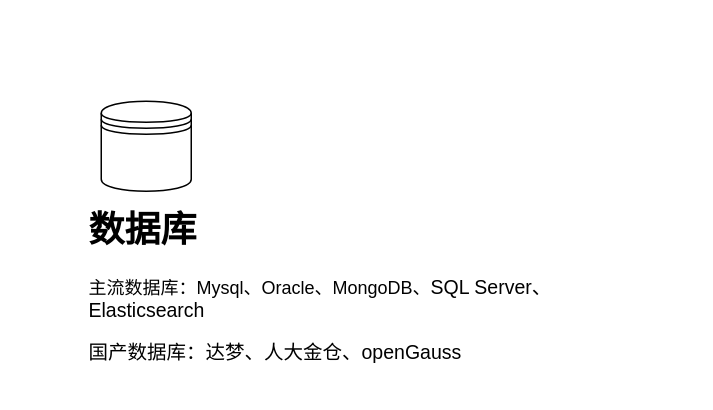
This is 低——研究内容——开发工具.drawio from tangyaosimida/love, a draw.io file, before an edit. Source tidied: cells renumbered, new cells numbered last; positions are measured from the earlier drawing's top-left corner, leaving out a move shared by most shapes. Both pictures are drawn from the tidied source at 150%, with x=0, y=0 at pixel (86, 100).
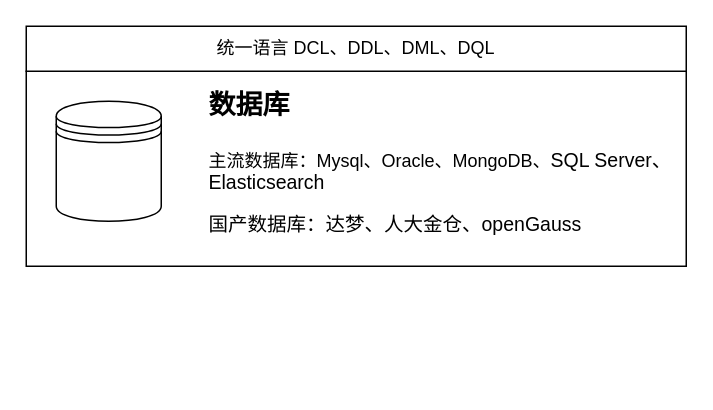
After the change.

Commit message (it also covers changes not shown here):
更新低——研究内容——开发工具.drawio

What changed in the source:
```diff
@@
 <mxGraphModel>
   <root>
     <mxCell id="0" />
     <mxCell id="1" parent="0" />
+    <mxCell id="4" style="rounded=0;whiteSpace=wrap;html=1;fillColor=none;" parent="1" vertex="1">
+      <mxGeometry x="-40" y="-20" width="440" height="130" as="geometry" />
+    </mxCell>
     <mxCell id="2" style="shape=datastore;whiteSpace=wrap;html=1;" parent="1" vertex="1">
-      <mxGeometry x="10" width="60" height="60" as="geometry" />
+      <mxGeometry x="-20" width="70" height="80" as="geometry" />
     </mxCell>
-    <mxCell id="3" value="&lt;h1 style=&quot;margin-top: 0px;&quot;&gt;数据库&lt;/h1&gt;&lt;p&gt;主流数据库：Mysql、Oracle、MongoDB、&lt;span style=&quot;background-color: rgb(255, 255, 255); font-family: Arial, sans-serif; font-size: 13px;&quot;&gt;SQL Server、Elasticsearch&lt;/span&gt;&lt;/p&gt;&lt;p&gt;&lt;span style=&quot;background-color: rgb(255, 255, 255); font-family: Arial, sans-serif; font-size: 13px;&quot;&gt;国产数据库：达梦、人大金仓、&lt;/span&gt;&lt;span style=&quot;background-color: rgb(255, 255, 255); font-family: Arial, sans-serif; font-size: 13px;&quot;&gt;openGauss&lt;/span&gt;&lt;/p&gt;&lt;p&gt;&lt;span style=&quot;background-color: rgb(255, 255, 255); font-family: Arial, sans-serif; font-size: 13px;&quot;&gt;&lt;br&gt;&lt;/span&gt;&lt;/p&gt;" style="text;html=1;whiteSpace=wrap;overflow=hidden;rounded=0;" parent="1" vertex="1">
-      <mxGeometry y="65" width="360" height="120" as="geometry" />
+    <mxCell id="3" value="&lt;h1 style=&quot;margin-top: 0px;&quot;&gt;&lt;font style=&quot;font-size: 18px;&quot;&gt;数据库&lt;/font&gt;&lt;/h1&gt;&lt;p&gt;主流数据库：Mysql、Oracle、MongoDB、&lt;span style=&quot;background-color: rgb(255, 255, 255); font-family: Arial, sans-serif; font-size: 13px;&quot;&gt;SQL Server、Elasticsearch&lt;/span&gt;&lt;/p&gt;&lt;p&gt;&lt;span style=&quot;background-color: rgb(255, 255, 255); font-family: Arial, sans-serif; font-size: 13px;&quot;&gt;国产数据库：达梦、人大金仓、&lt;/span&gt;&lt;span style=&quot;background-color: rgb(255, 255, 255); font-family: Arial, sans-serif; font-size: 13px;&quot;&gt;openGauss&lt;/span&gt;&lt;/p&gt;&lt;p&gt;&lt;span style=&quot;background-color: rgb(255, 255, 255); font-family: Arial, sans-serif; font-size: 13px;&quot;&gt;&lt;br&gt;&lt;/span&gt;&lt;/p&gt;" style="text;html=1;whiteSpace=wrap;overflow=hidden;rounded=0;" parent="1" vertex="1">
+      <mxGeometry x="80" y="-20" width="320" height="120" as="geometry" />
     </mxCell>
+    <mxCell id="5" value="统一语言 DCL、DDL、DML、DQL" style="rounded=0;whiteSpace=wrap;html=1;" parent="1" vertex="1">
+      <mxGeometry x="-40" y="-50" width="440" height="30" as="geometry" />
+    </mxCell>
   </root>
 </mxGraphModel>
```
